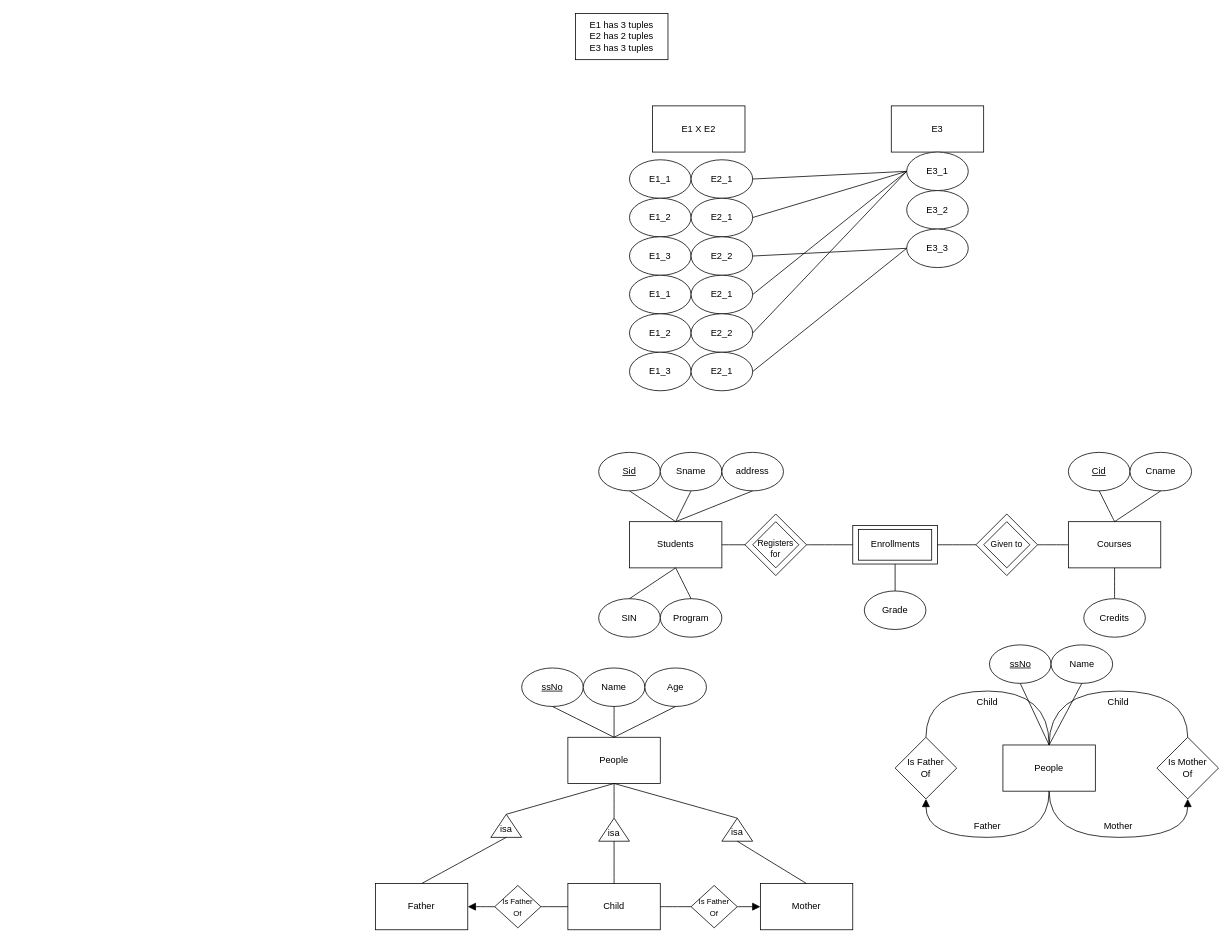
Above: Temp.drawio in critschris/COMP353 (draw.io), before the change. Source tidied: cells renumbered, new cells numbered last; positions are measured from the earlier drawing's top-left corner, leaving out a move shared by most shapes. Both pictures are drawn from the tidied source at 77%, with x=0, y=0 at pixel (375, 13).
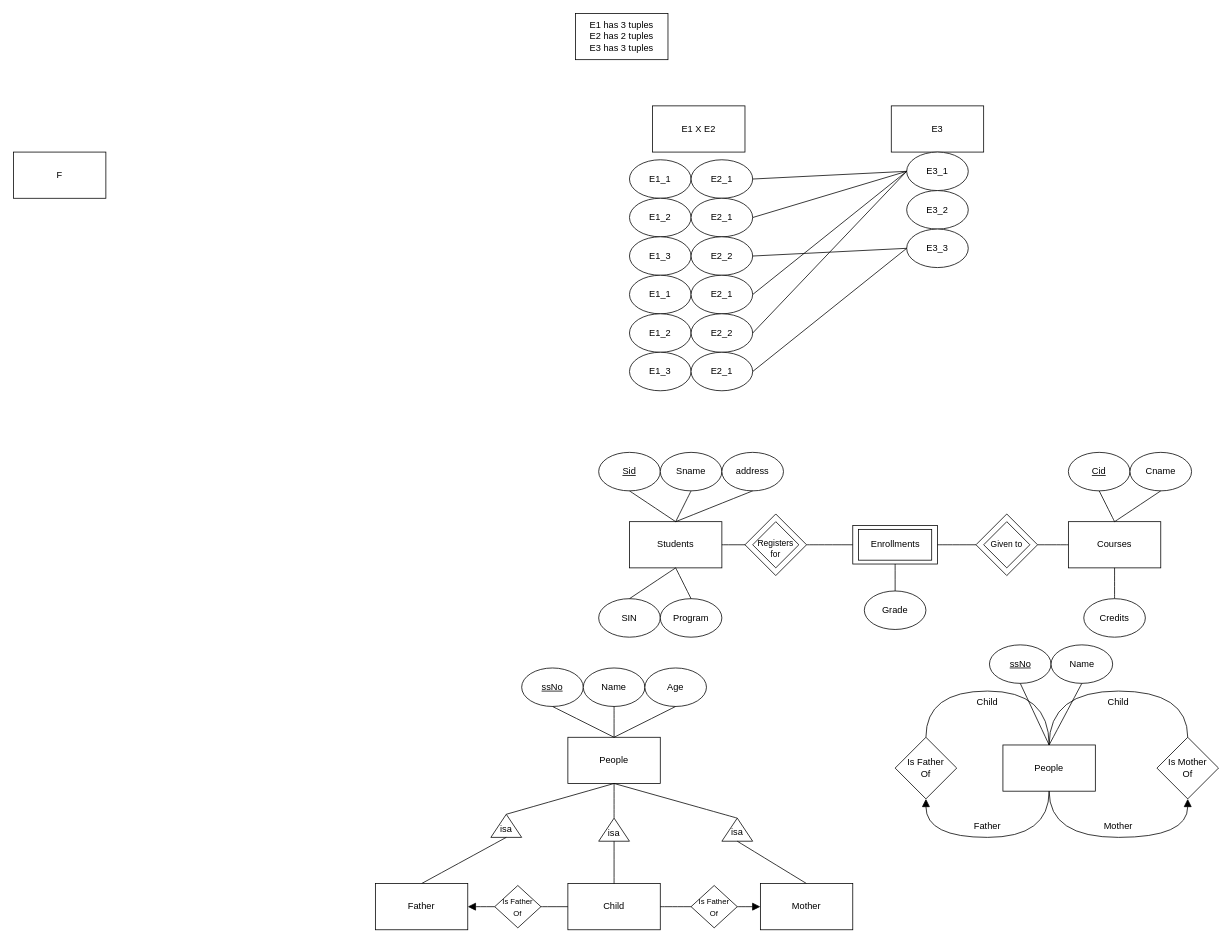
The same diagram, later.

Change to the diagram source:
```diff
@@
+    <mxCell id="102" value="F" style="rounded=0;whiteSpace=wrap;html=1;" parent="1" vertex="1">
+      <mxGeometry x="-470" y="180" width="120" height="60" as="geometry" />
+    </mxCell>
```
